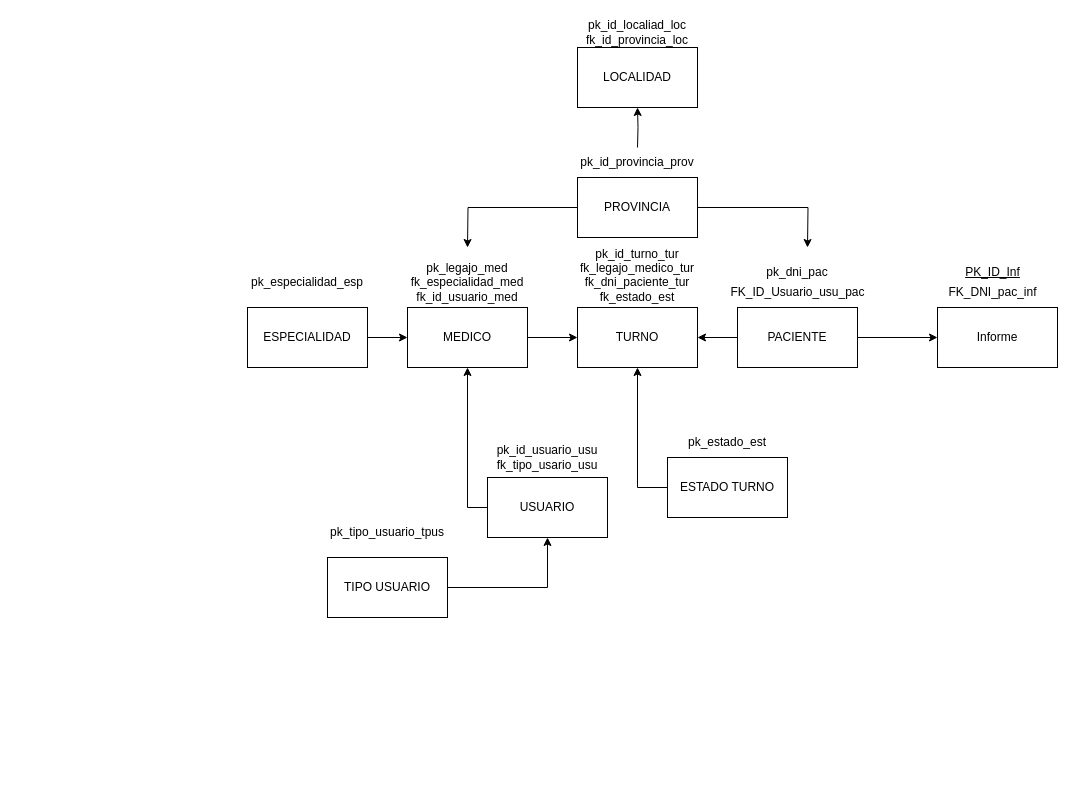
Earlier version of the draw.io diagram TP Integrador/DER - Integrador - Programacion III.drawio (user52689/PROG-III). Source tidied: cells renumbered, new cells numbered last; positions are measured from the earlier drawing's top-left corner, leaving out a move shared by most shapes. Both pictures are drawn from the tidied source at 100%, with x=0, y=0 at pixel (247, 17).
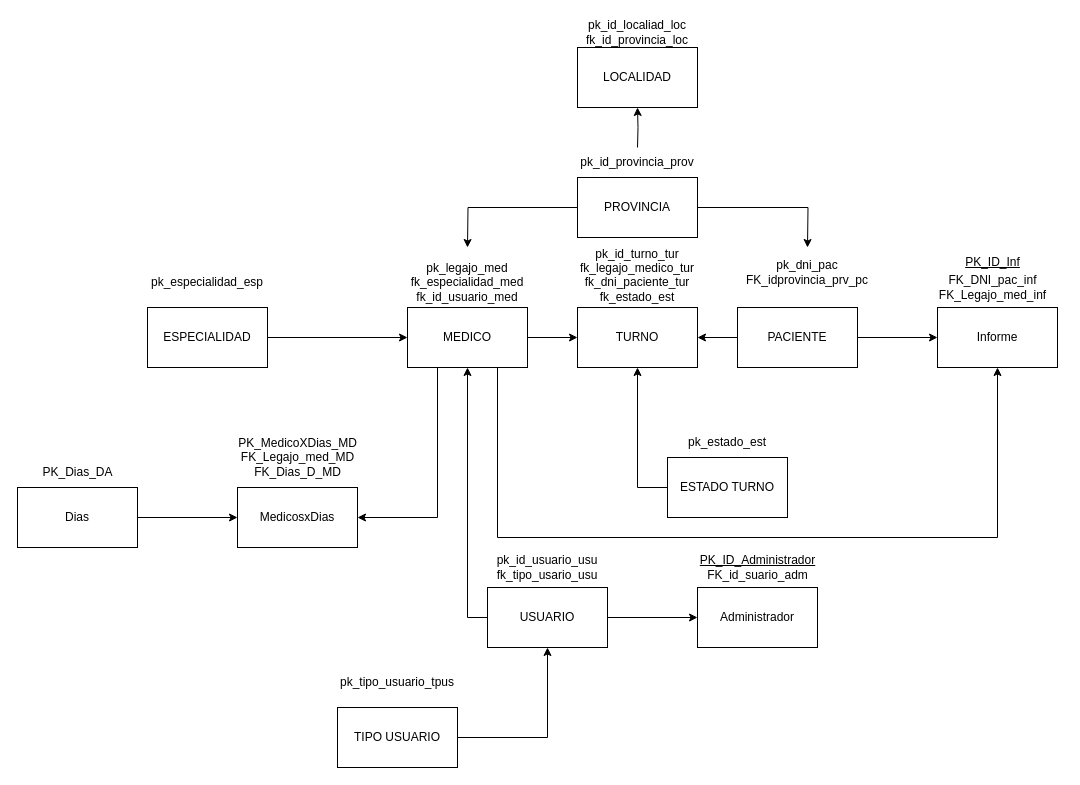
Above is the later version.

Commit message (it also covers changes not shown here):
Actualizacion DER y script

Unchanged cells that the change refers to:
```xml
<mxCell id="6" value="&lt;div&gt;MEDICO&lt;/div&gt;" style="rounded=0;whiteSpace=wrap;html=1;" parent="1" vertex="1">
  <mxGeometry x="160" y="290" width="120" height="60" as="geometry" />
</mxCell>
<mxCell id="30" value="&lt;div&gt;Informe&lt;/div&gt;" style="rounded=0;whiteSpace=wrap;html=1;" parent="1" vertex="1">
  <mxGeometry x="690" y="290" width="120" height="60" as="geometry" />
</mxCell>
```

What changed in the source:
```diff
@@
+    <mxCell id="34" style="edgeStyle=orthogonalEdgeStyle;rounded=0;jettySize=auto;html=1;exitX=1;exitY=0.5;exitDx=0;exitDy=0;entryX=0;entryY=0.5;entryDx=0;entryDy=0;" parent="1" edge="1" source="3" target="37">
+      <mxGeometry relative="1" as="geometry" />
+    </mxCell>
     <mxCell id="3" value="USUARIO" style="rounded=0;whiteSpace=wrap;html=1;" parent="1" vertex="1">
-      <mxGeometry x="240" y="460" width="120" height="60" as="geometry" />
+      <mxGeometry x="240" y="570" width="120" height="60" as="geometry" />
     </mxCell>
     <mxCell id="4" value="pk_id_usuario_usu&lt;div&gt;fk_tipo_usario_usu&lt;/div&gt;" style="text;html=1;align=center;verticalAlign=middle;whiteSpace=wrap;rounded=0;" parent="1" vertex="1">
-      <mxGeometry x="240" y="430" width="120" height="20" as="geometry" />
+      <mxGeometry x="240" y="540" width="120" height="20" as="geometry" />
     </mxCell>
@@
+    <mxCell id="35" style="edgeStyle=orthogonalEdgeStyle;rounded=0;jettySize=auto;html=1;exitX=0.25;exitY=1;exitDx=0;exitDy=0;entryX=1;entryY=0.5;entryDx=0;entryDy=0;" parent="1" edge="1" source="6" target="42">
+      <mxGeometry relative="1" as="geometry" />
+    </mxCell>
+    <mxCell id="36" style="edgeStyle=orthogonalEdgeStyle;rounded=0;jettySize=auto;html=1;exitX=0.75;exitY=1;exitDx=0;exitDy=0;entryX=0.5;entryY=1;entryDx=0;entryDy=0;" parent="1" edge="1" source="6" target="30">
+      <mxGeometry relative="1" as="geometry">
+        <Array as="points">
+          <mxPoint x="250" y="520" />
+          <mxPoint x="750" y="520" />
+        </Array>
+      </mxGeometry>
+    </mxCell>
@@
     <mxCell id="12" value="ESPECIALIDAD" style="rounded=0;whiteSpace=wrap;html=1;" parent="1" vertex="1">
-      <mxGeometry y="290" width="120" height="60" as="geometry" />
+      <mxGeometry x="-100" y="290" width="120" height="60" as="geometry" />
     </mxCell>
@@
     <mxCell id="21" value="TIPO USUARIO" style="rounded=0;whiteSpace=wrap;html=1;" parent="1" vertex="1">
-      <mxGeometry x="80" y="540" width="120" height="60" as="geometry" />
+      <mxGeometry x="90" y="690" width="120" height="60" as="geometry" />
     </mxCell>
@@
-    <mxCell id="24" value="pk_dni_pac" style="text;html=1;align=center;verticalAlign=middle;whiteSpace=wrap;rounded=0;" parent="1" vertex="1">
-      <mxGeometry x="520" y="240" width="60" height="30" as="geometry" />
+    <mxCell id="24" value="&lt;div&gt;pk_dni_pac&lt;/div&gt;&lt;div&gt;FK_idprovincia_prv_pc&lt;/div&gt;" style="text;html=1;align=center;verticalAlign=middle;whiteSpace=wrap;rounded=0;" parent="1" vertex="1">
+      <mxGeometry x="530" y="240" width="60" height="30" as="geometry" />
     </mxCell>
@@
     <mxCell id="26" value="pk_especialidad_esp" style="text;html=1;align=center;verticalAlign=middle;whiteSpace=wrap;rounded=0;" parent="1" vertex="1">
-      <mxGeometry x="30" y="250" width="60" height="30" as="geometry" />
+      <mxGeometry x="-70" y="250" width="60" height="30" as="geometry" />
     </mxCell>
     <mxCell id="27" value="pk_tipo_usuario_tpus" style="text;html=1;align=center;verticalAlign=middle;whiteSpace=wrap;rounded=0;" parent="1" vertex="1">
-      <mxGeometry x="80" y="500" width="120" height="30" as="geometry" />
+      <mxGeometry x="90" y="650" width="120" height="30" as="geometry" />
     </mxCell>
@@
     <mxCell id="31" value="&lt;u&gt;PK_ID_Inf&lt;/u&gt;" style="text;html=1;align=center;verticalAlign=middle;strokeColor=none;fillColor=none;" parent="1" vertex="1">
-      <mxGeometry x="705" y="240" width="80" height="30" as="geometry" />
+      <mxGeometry x="705" y="230" width="80" height="30" as="geometry" />
     </mxCell>
-    <mxCell id="32" value="FK_DNI_pac_inf" style="text;html=1;align=center;verticalAlign=middle;strokeColor=none;fillColor=none;" parent="1" vertex="1">
-      <mxGeometry x="690" y="260" width="110" height="30" as="geometry" />
+    <mxCell id="32" value="&lt;div&gt;FK_DNI_pac_inf&lt;/div&gt;&lt;div&gt;FK_Legajo_med_inf&lt;br&gt;&lt;/div&gt;" style="text;html=1;align=center;verticalAlign=middle;strokeColor=none;fillColor=none;" parent="1" vertex="1">
+      <mxGeometry x="675" y="250" width="140" height="40" as="geometry" />
     </mxCell>
-    <mxCell id="33" value="FK_ID_Usuario_usu_pac" style="text;html=1;align=center;verticalAlign=middle;strokeColor=none;fillColor=none;" parent="1" vertex="1">
-      <mxGeometry x="470" y="260" width="160" height="30" as="geometry" />
-    </mxCell>
+    <mxCell id="37" value="&lt;div&gt;Administrador&lt;/div&gt;" style="rounded=0;whiteSpace=wrap;html=1;" parent="1" vertex="1">
+      <mxGeometry x="450" y="570" width="120" height="60" as="geometry" />
+    </mxCell>
+    <mxCell id="38" value="&lt;div&gt;&lt;u&gt;PK_ID_Administrador&lt;/u&gt;&lt;/div&gt;&lt;div&gt;FK_id_suario_adm&lt;br&gt;&lt;/div&gt;" style="text;html=1;align=center;verticalAlign=middle;strokeColor=none;fillColor=none;" parent="1" vertex="1">
+      <mxGeometry x="440" y="530" width="140" height="40" as="geometry" />
+    </mxCell>
+    <mxCell id="39" style="edgeStyle=orthogonalEdgeStyle;rounded=0;jettySize=auto;html=1;exitX=1;exitY=0.5;exitDx=0;exitDy=0;entryX=0;entryY=0.5;entryDx=0;entryDy=0;" parent="1" edge="1" source="40" target="42">
+      <mxGeometry relative="1" as="geometry" />
+    </mxCell>
+    <mxCell id="40" value="&lt;div&gt;Dias&lt;/div&gt;" style="rounded=0;whiteSpace=wrap;html=1;" parent="1" vertex="1">
+      <mxGeometry x="-230" y="470" width="120" height="60" as="geometry" />
+    </mxCell>
+    <mxCell id="41" value="&lt;div&gt;PK_Dias_DA&lt;/div&gt;" style="text;html=1;align=center;verticalAlign=middle;strokeColor=none;fillColor=none;" parent="1" vertex="1">
+      <mxGeometry x="-220" y="440" width="100" height="30" as="geometry" />
+    </mxCell>
+    <mxCell id="42" value="&lt;div&gt;MedicosxDias&lt;/div&gt;" style="rounded=0;whiteSpace=wrap;html=1;" parent="1" vertex="1">
+      <mxGeometry x="-10" y="470" width="120" height="60" as="geometry" />
+    </mxCell>
+    <mxCell id="43" value="&lt;div&gt;PK_MedicoXDias_MD&lt;/div&gt;&lt;div&gt;FK_Legajo_med_MD&lt;/div&gt;&lt;div&gt;FK_Dias_D_MD&lt;/div&gt;" style="text;html=1;align=center;verticalAlign=middle;strokeColor=none;fillColor=none;" parent="1" vertex="1">
+      <mxGeometry x="-20" y="410" width="140" height="60" as="geometry" />
+    </mxCell>
```
